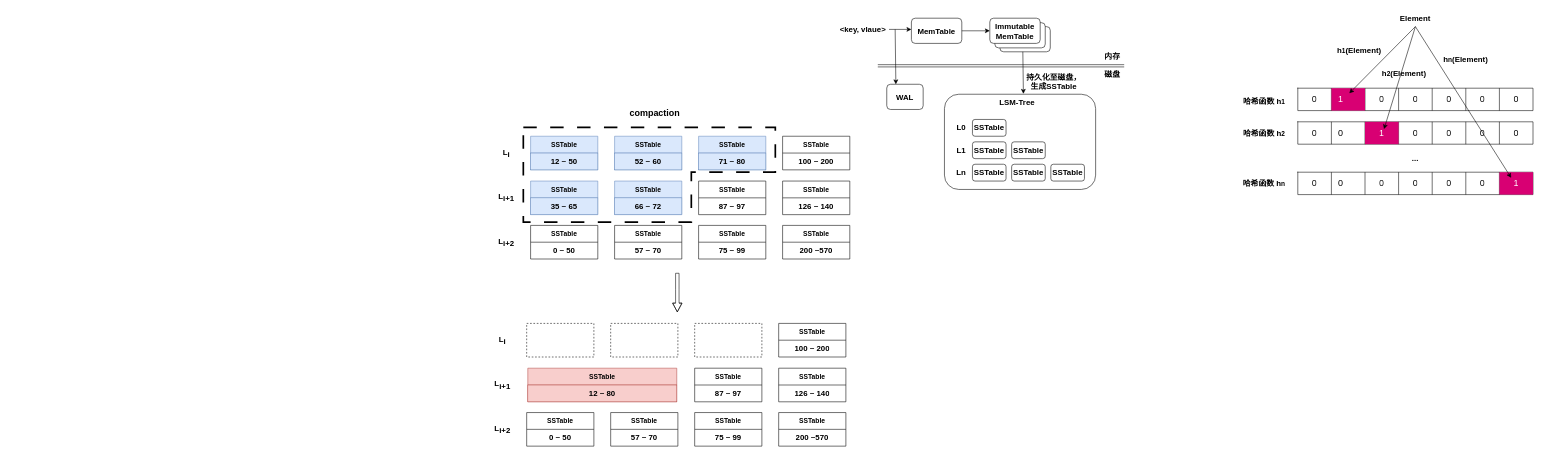
yeqiyi/drawIO keeps this draw.io diagram as page "第 6 页" (6 of 6) of RabbitKV.drawio. Above is the earlier version. Source tidied: cells renumbered, new cells numbered last; positions are measured from the earlier drawing's top-left corner, leaving out a move shared by most shapes. Both pictures are drawn from the tidied source at 56%, with x=0, y=0 at pixel (486, 10).
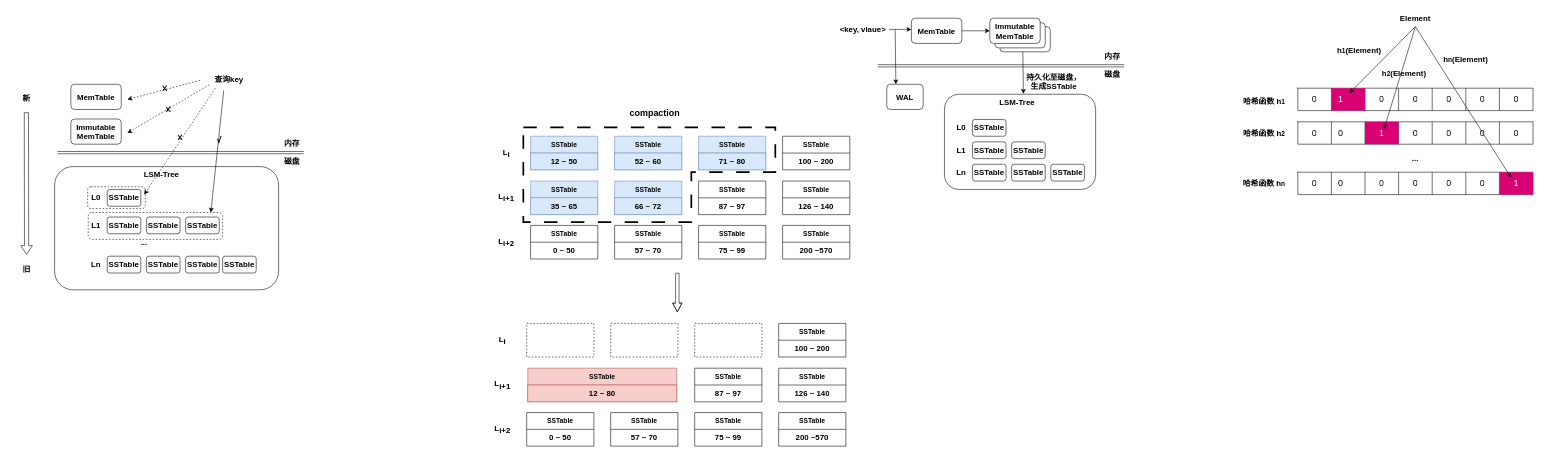
After the change.

What changed in the source:
```diff
@@
+    <mxCell id="117" value="&lt;b&gt;&lt;font style=&quot;font-size: 14px;&quot;&gt;MemTable&lt;/font&gt;&lt;/b&gt;" style="rounded=1;whiteSpace=wrap;html=1;" parent="1" vertex="1">
+      <mxGeometry x="-741" y="133" width="90" height="45" as="geometry" />
+    </mxCell>
+    <mxCell id="118" value="&lt;b&gt;&lt;font style=&quot;font-size: 14px;&quot;&gt;Immutable&lt;br&gt;MemTable&lt;br&gt;&lt;/font&gt;&lt;/b&gt;" style="rounded=1;whiteSpace=wrap;html=1;" parent="1" vertex="1">
+      <mxGeometry x="-741" y="195" width="90" height="45" as="geometry" />
+    </mxCell>
+    <mxCell id="119" value="&lt;b&gt;&lt;font style=&quot;font-size: 14px;&quot;&gt;内存&lt;/font&gt;&lt;/b&gt;" style="text;html=1;strokeColor=none;fillColor=none;align=center;verticalAlign=middle;whiteSpace=wrap;rounded=0;" parent="1" vertex="1">
+      <mxGeometry x="-376" y="223" width="60" height="30" as="geometry" />
+    </mxCell>
+    <mxCell id="120" value="&lt;b&gt;&lt;font style=&quot;font-size: 14px;&quot;&gt;磁盘&lt;/font&gt;&lt;/b&gt;" style="text;html=1;strokeColor=none;fillColor=none;align=center;verticalAlign=middle;whiteSpace=wrap;rounded=0;" parent="1" vertex="1">
+      <mxGeometry x="-376" y="255" width="60" height="30" as="geometry" />
+    </mxCell>
+    <mxCell id="121" style="rounded=1;whiteSpace=wrap;html=1;" parent="1" vertex="1">
+      <mxGeometry x="-770" y="280" width="400" height="220" as="geometry" />
+    </mxCell>
+    <mxCell id="122" value="&lt;b&gt;&lt;font style=&quot;font-size: 14px;&quot;&gt;LSM-Tree&lt;/font&gt;&lt;/b&gt;" style="text;html=1;strokeColor=none;fillColor=none;align=center;verticalAlign=middle;whiteSpace=wrap;rounded=0;" parent="1" vertex="1">
+      <mxGeometry x="-623.5" y="278.2" width="87.5" height="32.5" as="geometry" />
+    </mxCell>
+    <mxCell id="123" value="&lt;b&gt;&lt;font style=&quot;font-size: 14px;&quot;&gt;SSTable&lt;/font&gt;&lt;/b&gt;" style="rounded=1;whiteSpace=wrap;html=1;" parent="1" vertex="1">
+      <mxGeometry x="-676" y="320.8" width="60" height="30" as="geometry" />
+    </mxCell>
+    <mxCell id="124" value="&lt;b&gt;&lt;font style=&quot;font-size: 14px;&quot;&gt;L0&lt;/font&gt;&lt;/b&gt;" style="text;html=1;strokeColor=none;fillColor=none;align=center;verticalAlign=middle;whiteSpace=wrap;rounded=0;" parent="1" vertex="1">
+      <mxGeometry x="-726" y="320.8" width="60" height="30" as="geometry" />
+    </mxCell>
+    <mxCell id="125" value="&lt;b&gt;&lt;font style=&quot;font-size: 14px;&quot;&gt;SSTable&lt;/font&gt;&lt;/b&gt;" style="rounded=1;whiteSpace=wrap;html=1;" parent="1" vertex="1">
+      <mxGeometry x="-676" y="370" width="60" height="30" as="geometry" />
+    </mxCell>
+    <mxCell id="126" value="&lt;b&gt;&lt;font style=&quot;font-size: 14px;&quot;&gt;SSTable&lt;/font&gt;&lt;/b&gt;" style="rounded=1;whiteSpace=wrap;html=1;" parent="1" vertex="1">
+      <mxGeometry x="-606" y="370" width="60" height="30" as="geometry" />
+    </mxCell>
+    <mxCell id="127" value="&lt;b&gt;&lt;font style=&quot;font-size: 14px;&quot;&gt;SSTable&lt;/font&gt;&lt;/b&gt;" style="rounded=1;whiteSpace=wrap;html=1;" parent="1" vertex="1">
+      <mxGeometry x="-676" y="440" width="60" height="30" as="geometry" />
+    </mxCell>
+    <mxCell id="128" value="&lt;b&gt;&lt;font style=&quot;font-size: 14px;&quot;&gt;SSTable&lt;/font&gt;&lt;/b&gt;" style="rounded=1;whiteSpace=wrap;html=1;" parent="1" vertex="1">
+      <mxGeometry x="-536" y="370" width="60" height="30" as="geometry" />
+    </mxCell>
+    <mxCell id="129" value="&lt;b&gt;&lt;font style=&quot;font-size: 14px;&quot;&gt;SSTable&lt;/font&gt;&lt;/b&gt;" style="rounded=1;whiteSpace=wrap;html=1;" parent="1" vertex="1">
+      <mxGeometry x="-606" y="440" width="60" height="30" as="geometry" />
+    </mxCell>
+    <mxCell id="130" value="&lt;b&gt;&lt;font style=&quot;font-size: 14px;&quot;&gt;L1&lt;/font&gt;&lt;/b&gt;" style="text;html=1;strokeColor=none;fillColor=none;align=center;verticalAlign=middle;whiteSpace=wrap;rounded=0;" parent="1" vertex="1">
+      <mxGeometry x="-726" y="370" width="60" height="30" as="geometry" />
+    </mxCell>
+    <mxCell id="131" style="shape=link;html=1;rounded=0;" parent="1" edge="1">
+      <mxGeometry relative="1" as="geometry">
+        <mxPoint x="-765" y="255" as="sourcePoint" />
+        <mxPoint x="-325" y="255" as="targetPoint" />
+      </mxGeometry>
+    </mxCell>
+    <mxCell id="132" value="&lt;b&gt;&lt;font style=&quot;font-size: 14px;&quot;&gt;Ln&lt;/font&gt;&lt;/b&gt;" style="text;html=1;strokeColor=none;fillColor=none;align=center;verticalAlign=middle;whiteSpace=wrap;rounded=0;" parent="1" vertex="1">
+      <mxGeometry x="-726" y="440" width="60" height="30" as="geometry" />
+    </mxCell>
+    <mxCell id="133" value="&lt;b&gt;&lt;font style=&quot;font-size: 14px;&quot;&gt;查询key&lt;/font&gt;&lt;/b&gt;" style="text;html=1;strokeColor=none;fillColor=none;align=center;verticalAlign=middle;whiteSpace=wrap;rounded=0;" parent="1" vertex="1">
+      <mxGeometry x="-507" y="115" width="97" height="20" as="geometry" />
+    </mxCell>
+    <mxCell id="134" value="&lt;b&gt;&lt;font style=&quot;font-size: 14px;&quot;&gt;SSTable&lt;/font&gt;&lt;/b&gt;" style="rounded=1;whiteSpace=wrap;html=1;" parent="1" vertex="1">
+      <mxGeometry x="-536" y="440" width="60" height="30" as="geometry" />
+    </mxCell>
+    <mxCell id="135" value="&lt;b&gt;&lt;font style=&quot;font-size: 14px;&quot;&gt;SSTable&lt;/font&gt;&lt;/b&gt;" style="rounded=1;whiteSpace=wrap;html=1;" parent="1" vertex="1">
+      <mxGeometry x="-470" y="440" width="60" height="30" as="geometry" />
+    </mxCell>
+    <mxCell id="136" value="&lt;span style=&quot;font-size: 14px;&quot;&gt;&lt;b&gt;...&lt;/b&gt;&lt;/span&gt;" style="text;html=1;strokeColor=none;fillColor=none;align=center;verticalAlign=middle;whiteSpace=wrap;rounded=0;" parent="1" vertex="1">
+      <mxGeometry x="-640" y="400" width="60" height="30" as="geometry" />
+    </mxCell>
+    <mxCell id="137" value="&lt;span style=&quot;font-size: 14px;&quot;&gt;&lt;b&gt;新&lt;/b&gt;&lt;/span&gt;" style="text;html=1;strokeColor=none;fillColor=none;align=center;verticalAlign=middle;whiteSpace=wrap;rounded=0;" parent="1" vertex="1">
+      <mxGeometry x="-850" y="142.5" width="60" height="30" as="geometry" />
+    </mxCell>
+    <mxCell id="138" style="shape=flexArrow;endArrow=classic;html=1;rounded=0;width=7.5;endSize=4.941666666666666;endWidth=12.083333333333334;" parent="1" edge="1">
+      <mxGeometry relative="1" as="geometry">
+        <mxPoint x="-820.4" y="183.2" as="sourcePoint" />
+        <mxPoint x="-820" y="437.5" as="targetPoint" />
+      </mxGeometry>
+    </mxCell>
+    <mxCell id="139" value="&lt;span style=&quot;font-size: 14px;&quot;&gt;&lt;b&gt;旧&lt;/b&gt;&lt;/span&gt;" style="text;html=1;strokeColor=none;fillColor=none;align=center;verticalAlign=middle;whiteSpace=wrap;rounded=0;" parent="1" vertex="1">
+      <mxGeometry x="-850" y="447.5" width="60" height="30" as="geometry" />
+    </mxCell>
+    <mxCell id="140" style="endArrow=classic;html=1;rounded=0;dashed=1;" parent="1" edge="1">
+      <mxGeometry relative="1" as="geometry">
+        <mxPoint x="-510" y="126" as="sourcePoint" />
+        <mxPoint x="-640" y="160" as="targetPoint" />
+      </mxGeometry>
+    </mxCell>
+    <mxCell id="141" style="endArrow=classic;html=1;rounded=0;dashed=1;" parent="1" edge="1">
+      <mxGeometry relative="1" as="geometry">
+        <mxPoint x="-494" y="134" as="sourcePoint" />
+        <mxPoint x="-640" y="220" as="targetPoint" />
+      </mxGeometry>
+    </mxCell>
+    <mxCell id="142" style="endArrow=classic;html=1;rounded=0;dashed=1;" parent="1" edge="1">
+      <mxGeometry relative="1" as="geometry">
+        <mxPoint x="-483" y="140" as="sourcePoint" />
+        <mxPoint x="-610" y="330" as="targetPoint" />
+      </mxGeometry>
+    </mxCell>
+    <mxCell id="143" value="&lt;b style=&quot;&quot;&gt;&lt;font style=&quot;font-size: 14px;&quot; face=&quot;Comic Sans MS&quot;&gt;X&lt;/font&gt;&lt;/b&gt;" style="text;html=1;strokeColor=none;fillColor=none;align=center;verticalAlign=middle;whiteSpace=wrap;rounded=0;" parent="1" vertex="1">
+      <mxGeometry x="-588" y="123" width="30" height="35" as="geometry" />
+    </mxCell>
+    <mxCell id="144" value="&lt;b style=&quot;&quot;&gt;&lt;font style=&quot;font-size: 14px;&quot; face=&quot;Comic Sans MS&quot;&gt;X&lt;/font&gt;&lt;/b&gt;" style="text;html=1;strokeColor=none;fillColor=none;align=center;verticalAlign=middle;whiteSpace=wrap;rounded=0;" parent="1" vertex="1">
+      <mxGeometry x="-582" y="161" width="30" height="35" as="geometry" />
+    </mxCell>
+    <mxCell id="145" value="&lt;b style=&quot;&quot;&gt;&lt;font style=&quot;font-size: 14px;&quot; face=&quot;Comic Sans MS&quot;&gt;X&lt;/font&gt;&lt;/b&gt;" style="text;html=1;strokeColor=none;fillColor=none;align=center;verticalAlign=middle;whiteSpace=wrap;rounded=0;" parent="1" vertex="1">
+      <mxGeometry x="-561" y="211" width="30" height="35" as="geometry" />
+    </mxCell>
+    <mxCell id="146" style="endArrow=classic;html=1;rounded=0;" parent="1" edge="1">
+      <mxGeometry relative="1" as="geometry">
+        <mxPoint x="-468" y="144" as="sourcePoint" />
+        <mxPoint x="-491" y="362" as="targetPoint" />
+      </mxGeometry>
+    </mxCell>
+    <mxCell id="147" value="&lt;font style=&quot;font-size: 15px;&quot; face=&quot;Lucida Console&quot;&gt;√&lt;/font&gt;" style="text;html=1;strokeColor=none;fillColor=none;align=center;verticalAlign=middle;whiteSpace=wrap;rounded=0;fontStyle=1;" parent="1" vertex="1">
+      <mxGeometry x="-491" y="215" width="30" height="35" as="geometry" />
+    </mxCell>
+    <mxCell id="148" style="rounded=1;whiteSpace=wrap;html=1;fillColor=none;dashed=1;" parent="1" vertex="1">
+      <mxGeometry x="-710" y="362" width="240" height="48" as="geometry" />
+    </mxCell>
+    <mxCell id="149" style="rounded=1;whiteSpace=wrap;html=1;fillColor=none;dashed=1;" parent="1" vertex="1">
+      <mxGeometry x="-711" y="316" width="103" height="39" as="geometry" />
+    </mxCell>
```
